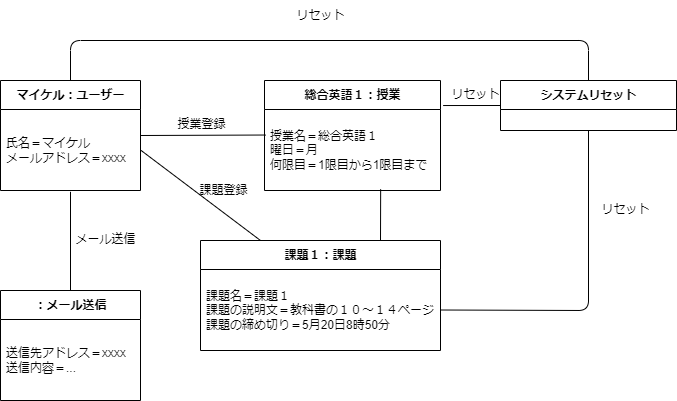
masaki1234567/psp4 keeps this draw.io diagram as 構造図/オブジェクト図/オブジェクト図.drawio.png. Above is the earlier version. Source tidied: cells renumbered, new cells last; positions are measured from the earlier drawing's top-left corner, leaving out a move shared by most shapes. The source it was exported from:
```xml
<mxGraphModel>
  <root>
    <mxCell id="0" />
    <mxCell id="1" parent="0" />
    <mxCell id="2" style="edgeStyle=none;html=1;exitX=1;exitY=0.5;exitDx=0;exitDy=0;entryX=0.007;entryY=0.315;entryDx=0;entryDy=0;entryPerimeter=0;endArrow=none;endFill=0;" parent="1" edge="1" source="4" target="8">
      <mxGeometry relative="1" as="geometry" />
    </mxCell>
    <mxCell id="3" style="edgeStyle=none;html=1;exitX=0.5;exitY=0;exitDx=0;exitDy=0;entryX=0.5;entryY=0;entryDx=0;entryDy=0;endArrow=none;endFill=0;" parent="1" edge="1" source="4" target="20">
      <mxGeometry relative="1" as="geometry">
        <Array as="points">
          <mxPoint x="70" y="40" />
          <mxPoint x="588" y="40" />
        </Array>
      </mxGeometry>
    </mxCell>
    <mxCell id="4" value="マイケル：ユーザー" style="swimlane;fontStyle=1;align=center;verticalAlign=middle;horizontal=1;startSize=29;html=1;" parent="1" vertex="1">
      <mxGeometry y="80" width="140" height="110" as="geometry" />
    </mxCell>
    <mxCell id="5" value="氏名＝マイケル&lt;br&gt;メールアドレス＝xxxx" style="text;html=1;strokeColor=none;fillColor=none;align=left;verticalAlign=middle;spacingLeft=4;spacingRight=4;overflow=hidden;points=[[0,0.5],[1,0.5]];portConstraint=eastwest;" parent="4" vertex="1">
      <mxGeometry y="29" width="140" height="81" as="geometry" />
    </mxCell>
    <mxCell id="6" style="edgeStyle=none;html=1;exitX=0.66;exitY=0.985;exitDx=0;exitDy=0;entryX=0.75;entryY=0;entryDx=0;entryDy=0;endArrow=none;endFill=0;exitPerimeter=0;" parent="1" edge="1" source="8" target="9">
      <mxGeometry relative="1" as="geometry" />
    </mxCell>
    <mxCell id="7" value="総合英語１：授業" style="swimlane;fontStyle=1;align=center;verticalAlign=middle;horizontal=1;startSize=29;html=1;" parent="1" vertex="1">
      <mxGeometry x="264" y="80" width="176" height="110" as="geometry" />
    </mxCell>
    <mxCell id="8" value="授業名＝総合英語１&lt;br&gt;曜日＝月&lt;br&gt;何限目＝1限目から1限目まで" style="text;html=1;strokeColor=none;fillColor=none;align=left;verticalAlign=middle;spacingLeft=4;spacingRight=4;overflow=hidden;points=[[0,0.5],[1,0.5]];portConstraint=eastwest;" parent="7" vertex="1">
      <mxGeometry y="29" width="176" height="81" as="geometry" />
    </mxCell>
    <mxCell id="9" value="課題１：課題" style="swimlane;fontStyle=1;align=center;verticalAlign=middle;horizontal=1;startSize=29;html=1;" parent="1" vertex="1">
      <mxGeometry x="200" y="240" width="240" height="110" as="geometry" />
    </mxCell>
    <mxCell id="10" value="課題名＝課題１&lt;br&gt;課題の説明文＝教科書の１０～１４ページ&lt;br&gt;課題の締め切り＝5月20日8時50分" style="text;html=1;strokeColor=none;fillColor=none;align=left;verticalAlign=middle;spacingLeft=4;spacingRight=4;overflow=hidden;points=[[0,0.5],[1,0.5]];portConstraint=eastwest;" parent="9" vertex="1">
      <mxGeometry y="29" width="240" height="81" as="geometry" />
    </mxCell>
    <mxCell id="11" style="edgeStyle=none;html=1;exitX=1;exitY=0.5;exitDx=0;exitDy=0;entryX=0.25;entryY=0;entryDx=0;entryDy=0;endArrow=none;endFill=0;" parent="1" edge="1" source="5" target="9">
      <mxGeometry relative="1" as="geometry" />
    </mxCell>
    <mxCell id="12" style="edgeStyle=none;html=1;exitX=0.5;exitY=0;exitDx=0;exitDy=0;entryX=0.5;entryY=1.016;entryDx=0;entryDy=0;entryPerimeter=0;endArrow=none;endFill=0;" parent="1" edge="1" source="13" target="5">
      <mxGeometry relative="1" as="geometry" />
    </mxCell>
    <mxCell id="13" value="：メール送信" style="swimlane;fontStyle=1;align=center;verticalAlign=middle;horizontal=1;startSize=29;html=1;" parent="1" vertex="1">
      <mxGeometry y="290" width="140" height="110" as="geometry" />
    </mxCell>
    <mxCell id="14" value="送信先アドレス＝xxxx&lt;br&gt;送信内容＝..." style="text;html=1;strokeColor=none;fillColor=none;align=left;verticalAlign=middle;spacingLeft=4;spacingRight=4;overflow=hidden;points=[[0,0.5],[1,0.5]];portConstraint=eastwest;" parent="13" vertex="1">
      <mxGeometry y="29" width="140" height="81" as="geometry" />
    </mxCell>
    <mxCell id="15" value="授業登録" style="text;html=1;align=center;verticalAlign=middle;strokeColor=none;fillColor=none;" parent="1" vertex="1">
      <mxGeometry x="166" y="109" width="70" height="30" as="geometry" />
    </mxCell>
    <mxCell id="16" value="課題登録" style="text;html=1;align=center;verticalAlign=middle;strokeColor=none;fillColor=none;" parent="1" vertex="1">
      <mxGeometry x="188" y="175" width="70" height="30" as="geometry" />
    </mxCell>
    <mxCell id="17" value="メール送信" style="text;html=1;align=center;verticalAlign=middle;strokeColor=none;fillColor=none;" parent="1" vertex="1">
      <mxGeometry x="65" y="224" width="80" height="30" as="geometry" />
    </mxCell>
    <mxCell id="18" style="edgeStyle=none;html=1;exitX=0;exitY=0.5;exitDx=0;exitDy=0;entryX=1.015;entryY=-0.049;entryDx=0;entryDy=0;entryPerimeter=0;endArrow=none;endFill=0;" parent="1" edge="1" source="20" target="8">
      <mxGeometry relative="1" as="geometry" />
    </mxCell>
    <mxCell id="19" style="edgeStyle=none;html=1;exitX=0.5;exitY=1;exitDx=0;exitDy=0;entryX=1;entryY=0.5;entryDx=0;entryDy=0;endArrow=none;endFill=0;" parent="1" edge="1" source="20" target="10">
      <mxGeometry relative="1" as="geometry">
        <Array as="points">
          <mxPoint x="588" y="310" />
        </Array>
      </mxGeometry>
    </mxCell>
    <mxCell id="20" value="システムリセット" style="swimlane;fontStyle=1;align=center;verticalAlign=middle;horizontal=1;startSize=29;html=1;" parent="1" vertex="1">
      <mxGeometry x="500" y="80" width="176" height="50" as="geometry" />
    </mxCell>
    <mxCell id="21" value="リセット" style="text;html=1;align=center;verticalAlign=middle;strokeColor=none;fillColor=none;" parent="1" vertex="1">
      <mxGeometry x="590" y="194" width="70" height="30" as="geometry" />
    </mxCell>
    <mxCell id="22" value="リセット" style="text;html=1;align=center;verticalAlign=middle;strokeColor=none;fillColor=none;" parent="1" vertex="1">
      <mxGeometry x="440" y="79" width="70" height="30" as="geometry" />
    </mxCell>
    <mxCell id="23" value="リセット" style="text;html=1;align=center;verticalAlign=middle;strokeColor=none;fillColor=none;" parent="1" vertex="1">
      <mxGeometry x="285" width="70" height="30" as="geometry" />
    </mxCell>
  </root>
</mxGraphModel>
```
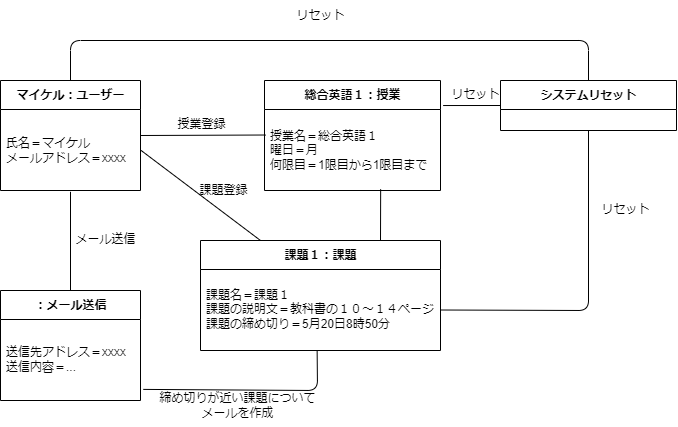
The same file after the commit.

What changed in the source:
```diff
@@ -77,5 +77,15 @@
     <mxCell id="23" value="リセット" style="text;html=1;align=center;verticalAlign=middle;strokeColor=none;fillColor=none;" parent="1" vertex="1">
       <mxGeometry x="285" width="70" height="30" as="geometry" />
     </mxCell>
+    <mxCell id="24" style="edgeStyle=none;html=1;exitX=1.02;exitY=0.863;exitDx=0;exitDy=0;entryX=0.486;entryY=1.009;entryDx=0;entryDy=0;endArrow=none;endFill=0;entryPerimeter=0;exitPerimeter=0;" parent="1" edge="1" source="14" target="10">
+      <mxGeometry relative="1" as="geometry">
+        <Array as="points">
+          <mxPoint x="317" y="390" />
+        </Array>
+      </mxGeometry>
+    </mxCell>
+    <mxCell id="25" value="締め切りが近い課題について&lt;br&gt;メールを作成" style="text;html=1;align=center;verticalAlign=middle;strokeColor=none;fillColor=none;" parent="1" vertex="1">
+      <mxGeometry x="147" y="385" width="180" height="40" as="geometry" />
+    </mxCell>
   </root>
 </mxGraphModel>
```
